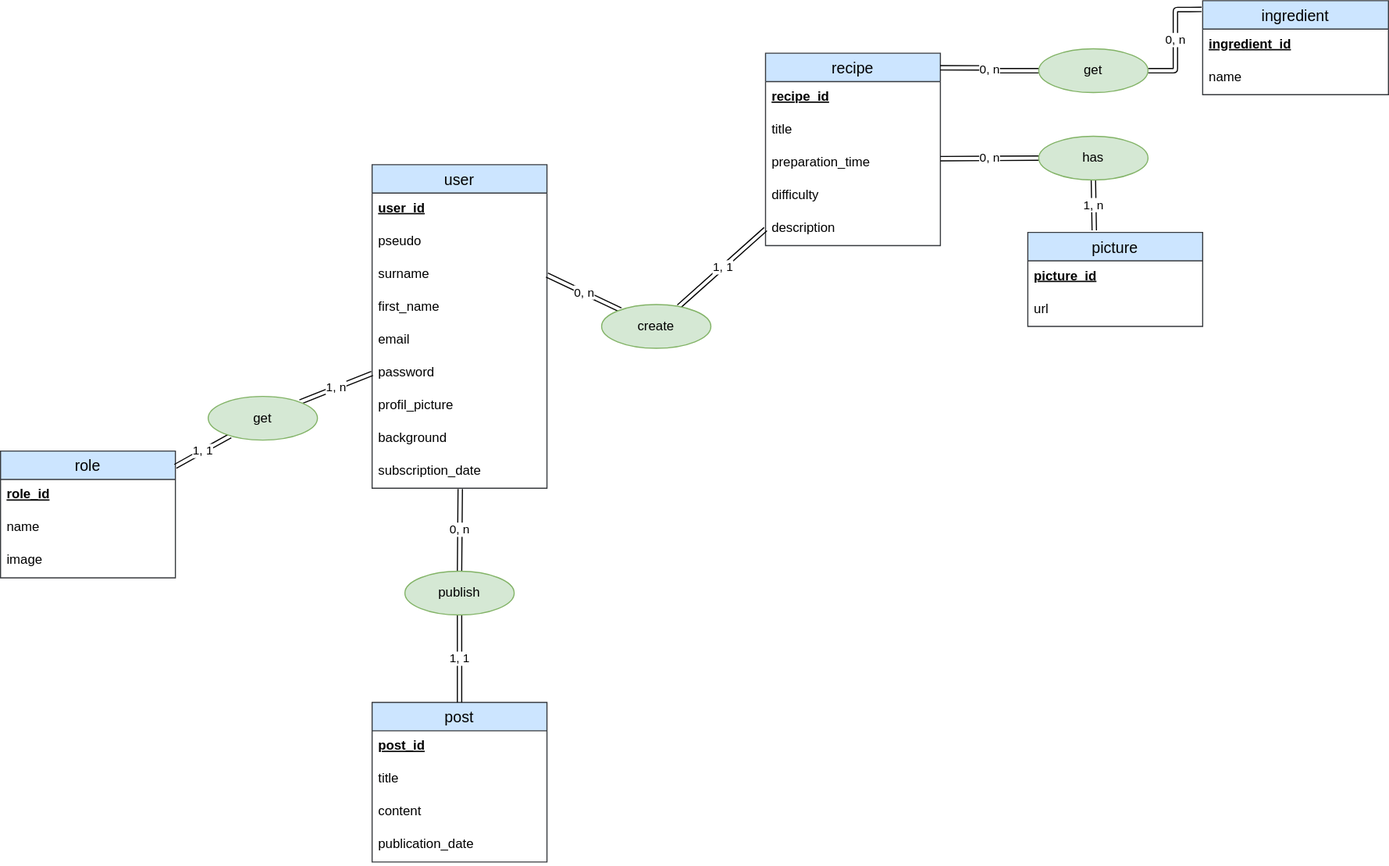
The draw.io diagram code/server/merise/MCD_le_reseau_des_gourmets.drawio.svg in TigerSnowy/le_reseau_des_gourmets, before a commit. Source tidied: cells renumbered, new cells last; positions are measured from the earlier drawing's top-left corner, leaving out a move shared by most shapes.
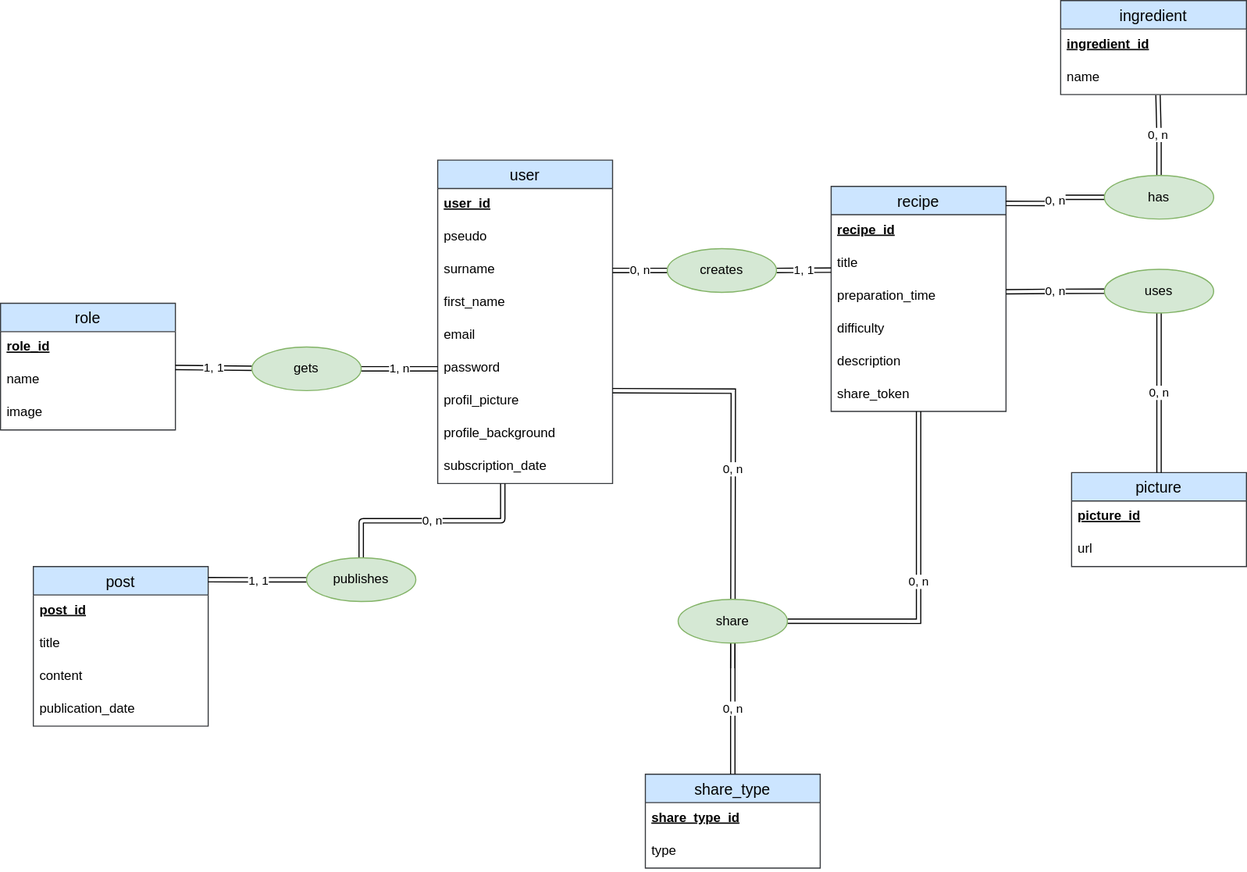
After the commit.

The edit, as a diff of the source:
```diff
@@ -3,7 +3,7 @@
     <mxCell id="0" />
     <mxCell id="1" parent="0" />
     <mxCell id="2" value="user" style="swimlane;fontStyle=0;horizontal=1;startSize=26;align=center;fontSize=14;swimlaneFillColor=default;fillColor=#cce5ff;strokeColor=#36393d;" parent="1" vertex="1">
-      <mxGeometry x="340" y="150" width="160" height="296" as="geometry" />
+      <mxGeometry x="-135" y="212" width="160" height="296" as="geometry" />
     </mxCell>
     <mxCell id="3" value="user_id" style="text;strokeColor=none;fillColor=none;spacingLeft=4;spacingRight=4;overflow=hidden;fontSize=12;align=left;fontStyle=5;" parent="2" vertex="1">
       <mxGeometry y="26" width="160" height="30" as="geometry" />
@@ -26,14 +26,14 @@
     <mxCell id="9" value="profil_picture" style="text;strokeColor=none;fillColor=none;spacingLeft=4;spacingRight=4;overflow=hidden;fontSize=12;" parent="2" vertex="1">
       <mxGeometry y="206" width="160" height="30" as="geometry" />
     </mxCell>
-    <mxCell id="10" value="background" style="text;strokeColor=none;fillColor=none;spacingLeft=4;spacingRight=4;overflow=hidden;fontSize=12;" parent="2" vertex="1">
+    <mxCell id="10" value="profile_background" style="text;strokeColor=none;fillColor=none;spacingLeft=4;spacingRight=4;overflow=hidden;fontSize=12;" parent="2" vertex="1">
       <mxGeometry y="236" width="160" height="30" as="geometry" />
     </mxCell>
     <mxCell id="11" value="subscription_date" style="text;strokeColor=none;fillColor=none;spacingLeft=4;spacingRight=4;overflow=hidden;points=[[0,0.5],[1,0.5]];portConstraint=eastwest;fontSize=12;" parent="2" vertex="1">
       <mxGeometry y="266" width="160" height="30" as="geometry" />
     </mxCell>
     <mxCell id="12" value="recipe" style="swimlane;fontStyle=0;horizontal=1;startSize=26;align=center;fontSize=14;swimlaneFillColor=default;fillColor=#cce5ff;strokeColor=#36393d;" parent="1" vertex="1">
-      <mxGeometry x="700" y="48" width="160" height="176" as="geometry" />
+      <mxGeometry x="225" y="236" width="160" height="206" as="geometry" />
     </mxCell>
     <mxCell id="13" value="recipe_id" style="text;strokeColor=none;fillColor=none;spacingLeft=4;spacingRight=4;overflow=hidden;fontSize=12;fontStyle=5;" parent="12" vertex="1">
       <mxGeometry y="26" width="160" height="30" as="geometry" />
@@ -50,8 +50,11 @@
     <mxCell id="17" value="description" style="text;strokeColor=none;fillColor=none;spacingLeft=4;spacingRight=4;overflow=hidden;points=[[0,0.5],[1,0.5]];portConstraint=eastwest;fontSize=12;" parent="12" vertex="1">
       <mxGeometry y="146" width="160" height="30" as="geometry" />
     </mxCell>
+    <mxCell id="48" value="share_token" style="text;strokeColor=none;fillColor=none;spacingLeft=4;spacingRight=4;overflow=hidden;fontSize=12;" parent="12" vertex="1">
+      <mxGeometry y="176" width="160" height="30" as="geometry" />
+    </mxCell>
     <mxCell id="18" value="post" style="swimlane;fontStyle=0;horizontal=1;startSize=26;align=center;fontSize=14;swimlaneFillColor=default;fillColor=#cce5ff;strokeColor=#36393d;" parent="1" vertex="1">
-      <mxGeometry x="340" y="642" width="160" height="146" as="geometry" />
+      <mxGeometry x="-505" y="584" width="160" height="146" as="geometry" />
     </mxCell>
     <mxCell id="19" value="post_id" style="text;strokeColor=none;fillColor=none;spacingLeft=4;spacingRight=4;overflow=hidden;fontSize=12;fontStyle=5;" parent="18" vertex="1">
       <mxGeometry y="26" width="160" height="30" as="geometry" />
@@ -65,26 +68,28 @@
     <mxCell id="22" value="publication_date" style="text;strokeColor=none;fillColor=none;spacingLeft=4;spacingRight=4;overflow=hidden;fontSize=12;" parent="18" vertex="1">
       <mxGeometry y="116" width="160" height="30" as="geometry" />
     </mxCell>
-    <mxCell id="23" value="1, 1" style="edgeStyle=none;html=1;entryX=0;entryY=0.5;entryDx=0;entryDy=0;shape=link;" parent="1" edge="1" source="25" target="17">
+    <mxCell id="23" value="1, 1" style="edgeStyle=none;html=1;entryX=0;entryY=0.691;entryDx=0;entryDy=0;shape=link;entryPerimeter=0;" parent="1" edge="1" source="25" target="14">
       <mxGeometry relative="1" as="geometry" />
     </mxCell>
     <mxCell id="24" value="0, n" style="edgeStyle=none;html=1;entryX=1;entryY=0.5;entryDx=0;entryDy=0;shape=link;" parent="1" edge="1" source="25" target="5">
       <mxGeometry relative="1" as="geometry" />
     </mxCell>
-    <mxCell id="25" value="create" style="ellipse;whiteSpace=wrap;html=1;align=center;fillColor=#d5e8d4;strokeColor=#82b366;" parent="1" vertex="1">
-      <mxGeometry x="550" y="278" width="100" height="40" as="geometry" />
+    <mxCell id="25" value="creates" style="ellipse;whiteSpace=wrap;html=1;align=center;fillColor=#d5e8d4;strokeColor=#82b366;" parent="1" vertex="1">
+      <mxGeometry x="75" y="293" width="100" height="40" as="geometry" />
     </mxCell>
-    <mxCell id="26" value="0, n" style="edgeStyle=none;html=1;entryX=0.504;entryY=1.027;entryDx=0;entryDy=0;entryPerimeter=0;shape=link;strokeColor=default;" parent="1" edge="1" source="28" target="11">
+    <mxCell id="26" value="0, n" style="edgeStyle=orthogonalEdgeStyle;html=1;entryX=0.372;entryY=1.004;entryDx=0;entryDy=0;entryPerimeter=0;shape=link;strokeColor=default;" parent="1" edge="1" source="28" target="11">
       <mxGeometry relative="1" as="geometry" />
     </mxCell>
-    <mxCell id="27" value="1, 1" style="edgeStyle=none;html=1;entryX=0.5;entryY=0;entryDx=0;entryDy=0;shape=link;" parent="1" edge="1" source="28" target="18">
-      <mxGeometry relative="1" as="geometry" />
+    <mxCell id="27" value="1, 1" style="edgeStyle=orthogonalEdgeStyle;html=1;shape=link;" parent="1" edge="1" source="28">
+      <mxGeometry relative="1" as="geometry">
+        <mxPoint x="-345" y="596" as="targetPoint" />
+      </mxGeometry>
     </mxCell>
-    <mxCell id="28" value="publish" style="ellipse;whiteSpace=wrap;html=1;align=center;fillColor=#d5e8d4;strokeColor=#82b366;" parent="1" vertex="1">
-      <mxGeometry x="370" y="522" width="100" height="40" as="geometry" />
+    <mxCell id="28" value="publishes" style="ellipse;whiteSpace=wrap;html=1;align=center;fillColor=#d5e8d4;strokeColor=#82b366;" parent="1" vertex="1">
+      <mxGeometry x="-255" y="576" width="100" height="40" as="geometry" />
     </mxCell>
     <mxCell id="29" value="role" style="swimlane;fontStyle=0;horizontal=1;startSize=26;align=center;fontSize=14;swimlaneFillColor=default;fillColor=#cce5ff;strokeColor=#36393d;" parent="1" vertex="1">
-      <mxGeometry y="412" width="160" height="116" as="geometry" />
+      <mxGeometry x="-535" y="343" width="160" height="116" as="geometry" />
     </mxCell>
     <mxCell id="30" value="role_id" style="text;strokeColor=none;fillColor=none;spacingLeft=4;spacingRight=4;overflow=hidden;fontSize=12;fontStyle=5;" parent="29" vertex="1">
       <mxGeometry y="26" width="160" height="30" as="geometry" />
@@ -95,37 +100,20 @@
     <mxCell id="32" value="image" style="text;strokeColor=none;fillColor=none;spacingLeft=4;spacingRight=4;overflow=hidden;fontSize=12;" parent="29" vertex="1">
       <mxGeometry y="86" width="160" height="30" as="geometry" />
     </mxCell>
-    <mxCell id="33" value="1, n" style="edgeStyle=none;shape=link;html=1;strokeColor=default;fontColor=default;entryX=0;entryY=0.5;entryDx=0;entryDy=0;" parent="1" edge="1" target="8">
-      <mxGeometry relative="1" as="geometry">
-        <mxPoint x="274.2" y="367.1" as="sourcePoint" />
-      </mxGeometry>
+    <mxCell id="33" value="1, n" style="edgeStyle=none;shape=link;html=1;strokeColor=default;fontColor=default;entryX=0;entryY=0.5;entryDx=0;entryDy=0;exitX=1;exitY=0.5;exitDx=0;exitDy=0;" parent="1" edge="1" source="35" target="8">
+      <mxGeometry relative="1" as="geometry" />
     </mxCell>
     <mxCell id="34" value="1, 1" style="edgeStyle=none;shape=link;html=1;strokeColor=default;fontColor=default;" parent="1" edge="1" source="35" target="29">
       <mxGeometry relative="1" as="geometry" />
     </mxCell>
-    <mxCell id="35" value="get" style="ellipse;whiteSpace=wrap;html=1;align=center;fillColor=#d5e8d4;strokeColor=#82b366;" parent="1" vertex="1">
-      <mxGeometry x="190" y="362" width="100" height="40" as="geometry" />
+    <mxCell id="35" value="gets" style="ellipse;whiteSpace=wrap;html=1;align=center;fillColor=#d5e8d4;strokeColor=#82b366;" parent="1" vertex="1">
+      <mxGeometry x="-305" y="383" width="100" height="40" as="geometry" />
     </mxCell>
-    <mxCell id="36" value="picture" style="swimlane;fontStyle=0;horizontal=1;startSize=26;align=center;fontSize=14;swimlaneFillColor=default;fillColor=#cce5ff;strokeColor=#36393d;" parent="1" vertex="1">
-      <mxGeometry x="940" y="212" width="160" height="86" as="geometry" />
-    </mxCell>
-    <mxCell id="37" value="picture_id" style="text;strokeColor=none;fillColor=none;spacingLeft=4;spacingRight=4;overflow=hidden;fontSize=12;fontStyle=5;" parent="36" vertex="1">
-      <mxGeometry y="26" width="160" height="30" as="geometry" />
-    </mxCell>
-    <mxCell id="38" value="url" style="text;strokeColor=none;fillColor=none;spacingLeft=4;spacingRight=4;overflow=hidden;fontSize=12;" parent="36" vertex="1">
-      <mxGeometry y="56" width="160" height="30" as="geometry" />
-    </mxCell>
-    <mxCell id="39" value="0, n" style="edgeStyle=none;html=1;entryX=1;entryY=0.35;entryDx=0;entryDy=0;shape=link;entryPerimeter=0;" parent="1" edge="1" source="41" target="15">
+    <mxCell id="39" value="0, n" style="edgeStyle=orthogonalEdgeStyle;html=1;entryX=1;entryY=0.35;entryDx=0;entryDy=0;shape=link;entryPerimeter=0;exitX=0;exitY=0.5;exitDx=0;exitDy=0;" parent="1" edge="1" source="51" target="15">
       <mxGeometry relative="1" as="geometry" />
     </mxCell>
-    <mxCell id="40" value="1, n" style="edgeStyle=none;shape=link;html=1;entryX=0.38;entryY=-0.022;entryDx=0;entryDy=0;entryPerimeter=0;" parent="1" edge="1" source="41" target="36">
-      <mxGeometry relative="1" as="geometry" />
-    </mxCell>
-    <mxCell id="41" value="has" style="ellipse;whiteSpace=wrap;html=1;align=center;fillColor=#d5e8d4;strokeColor=#82b366;" parent="1" vertex="1">
-      <mxGeometry x="950" y="124" width="100" height="40" as="geometry" />
-    </mxCell>
     <mxCell id="42" value="ingredient" style="swimlane;fontStyle=0;horizontal=1;startSize=26;align=center;fontSize=14;swimlaneFillColor=default;fillColor=#cce5ff;strokeColor=#36393d;" parent="1" vertex="1">
-      <mxGeometry x="1100" width="170" height="86" as="geometry" />
+      <mxGeometry x="435" y="66" width="170" height="86" as="geometry" />
     </mxCell>
     <mxCell id="43" value="ingredient_id" style="text;strokeColor=none;fillColor=none;spacingLeft=4;spacingRight=4;overflow=hidden;fontSize=12;fontStyle=5;" parent="42" vertex="1">
       <mxGeometry y="26" width="170" height="30" as="geometry" />
@@ -133,14 +121,56 @@
     <mxCell id="44" value="name" style="text;strokeColor=none;fillColor=none;spacingLeft=4;spacingRight=4;overflow=hidden;points=[[0,0.5],[1,0.5]];portConstraint=eastwest;fontSize=12;" parent="42" vertex="1">
       <mxGeometry y="56" width="170" height="30" as="geometry" />
     </mxCell>
-    <mxCell id="45" value="0, n" style="edgeStyle=orthogonalEdgeStyle;html=1;entryX=-0.006;entryY=0.093;entryDx=0;entryDy=0;entryPerimeter=0;startArrow=none;startFill=0;endArrow=none;endFill=0;shape=link;" parent="1" edge="1" source="47" target="42">
+    <mxCell id="45" value="0, n" style="edgeStyle=orthogonalEdgeStyle;html=1;entryX=0.524;entryY=1.017;entryDx=0;entryDy=0;entryPerimeter=0;startArrow=none;startFill=0;endArrow=none;endFill=0;shape=link;" parent="1" edge="1" source="47" target="44">
       <mxGeometry relative="1" as="geometry" />
     </mxCell>
     <mxCell id="46" value="0, n" style="edgeStyle=orthogonalEdgeStyle;shape=link;html=1;entryX=0.998;entryY=0.076;entryDx=0;entryDy=0;entryPerimeter=0;startArrow=none;startFill=0;endArrow=none;endFill=0;" parent="1" edge="1" source="47" target="12">
       <mxGeometry relative="1" as="geometry" />
     </mxCell>
-    <mxCell id="47" value="get" style="ellipse;whiteSpace=wrap;html=1;align=center;fillColor=#d5e8d4;strokeColor=#82b366;" parent="1" vertex="1">
-      <mxGeometry x="950" y="44" width="100" height="40" as="geometry" />
+    <mxCell id="47" value="has" style="ellipse;whiteSpace=wrap;html=1;align=center;fillColor=#d5e8d4;strokeColor=#82b366;" parent="1" vertex="1">
+      <mxGeometry x="475" y="226" width="100" height="40" as="geometry" />
     </mxCell>
+    <mxCell id="36" value="picture" style="swimlane;fontStyle=0;horizontal=1;startSize=26;align=center;fontSize=14;swimlaneFillColor=default;fillColor=#cce5ff;strokeColor=#36393d;" parent="1" vertex="1">
+      <mxGeometry x="445" y="498" width="160" height="86" as="geometry" />
+    </mxCell>
+    <mxCell id="37" value="picture_id" style="text;strokeColor=none;fillColor=none;spacingLeft=4;spacingRight=4;overflow=hidden;fontSize=12;fontStyle=5;" parent="36" vertex="1">
+      <mxGeometry y="26" width="160" height="30" as="geometry" />
+    </mxCell>
+    <mxCell id="38" value="url" style="text;strokeColor=none;fillColor=none;spacingLeft=4;spacingRight=4;overflow=hidden;fontSize=12;" parent="36" vertex="1">
+      <mxGeometry y="56" width="160" height="30" as="geometry" />
+    </mxCell>
+    <mxCell id="49" style="edgeStyle=orthogonalEdgeStyle;rounded=0;jettySize=auto;html=1;entryX=0.5;entryY=0;entryDx=0;entryDy=0;strokeColor=none;" parent="1" edge="1" source="51" target="36">
+      <mxGeometry relative="1" as="geometry" />
+    </mxCell>
+    <mxCell id="50" value="0, n" style="edgeStyle=orthogonalEdgeStyle;rounded=0;jettySize=auto;html=1;entryX=0.5;entryY=0;entryDx=0;entryDy=0;shape=link;" parent="1" edge="1" source="51" target="36">
+      <mxGeometry relative="1" as="geometry" />
+    </mxCell>
+    <mxCell id="51" value="uses" style="ellipse;whiteSpace=wrap;html=1;align=center;fillColor=#d5e8d4;strokeColor=#82b366;" parent="1" vertex="1">
+      <mxGeometry x="475" y="312" width="100" height="40" as="geometry" />
+    </mxCell>
+    <mxCell id="52" value="0, n" style="edgeStyle=orthogonalEdgeStyle;rounded=0;orthogonalLoop=1;jettySize=auto;html=1;shape=link;entryX=0.5;entryY=0;entryDx=0;entryDy=0;" parent="1" edge="1">
+      <mxGeometry relative="1" as="geometry">
+        <mxPoint x="25" y="423" as="sourcePoint" />
+        <mxPoint x="135" y="677" as="targetPoint" />
+      </mxGeometry>
+    </mxCell>
+    <mxCell id="53" value="0, n" style="edgeStyle=orthogonalEdgeStyle;rounded=0;jettySize=auto;html=1;shape=link;exitX=1;exitY=0.5;exitDx=0;exitDy=0;" parent="1" edge="1" source="58" target="12">
+      <mxGeometry relative="1" as="geometry" />
+    </mxCell>
+    <mxCell id="54" value="share_type" style="swimlane;fontStyle=0;horizontal=1;startSize=26;align=center;fontSize=14;swimlaneFillColor=default;fillColor=#cce5ff;strokeColor=#36393d;" parent="1" vertex="1">
+      <mxGeometry x="55" y="774" width="160" height="86" as="geometry" />
+    </mxCell>
+    <mxCell id="55" value="share_type_id" style="text;strokeColor=none;fillColor=none;spacingLeft=4;spacingRight=4;overflow=hidden;fontSize=12;fontStyle=5;" parent="54" vertex="1">
+      <mxGeometry y="26" width="160" height="30" as="geometry" />
+    </mxCell>
+    <mxCell id="56" value="type" style="text;strokeColor=none;fillColor=none;spacingLeft=4;spacingRight=4;overflow=hidden;fontSize=12;" parent="54" vertex="1">
+      <mxGeometry y="56" width="160" height="30" as="geometry" />
+    </mxCell>
+    <mxCell id="57" value="0, n" style="edgeStyle=orthogonalEdgeStyle;rounded=0;jettySize=auto;html=1;shape=link;exitX=0.5;exitY=1;exitDx=0;exitDy=0;" parent="1" edge="1" source="58" target="54">
+      <mxGeometry relative="1" as="geometry" />
+    </mxCell>
+    <mxCell id="58" value="share" style="ellipse;whiteSpace=wrap;html=1;align=center;fillColor=#d5e8d4;strokeColor=#82b366;" parent="1" vertex="1">
+      <mxGeometry x="85" y="614" width="100" height="40" as="geometry" />
+    </mxCell>
   </root>
 </mxGraphModel>
```
